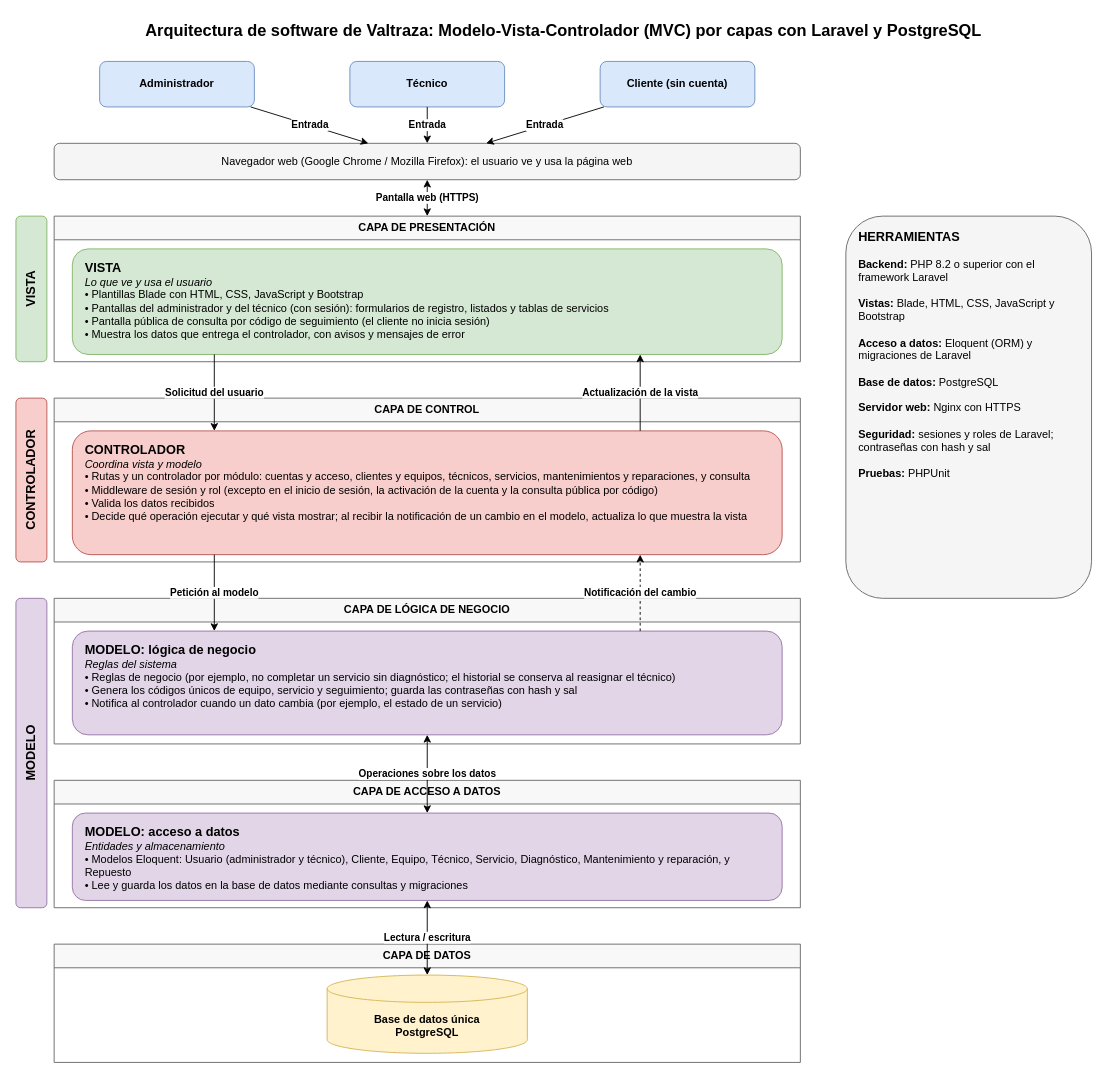
meneses1111/Valtraza-Valletech keeps this draw.io diagram as documentacion/diseno/TALLER 2 ARQUITECTURA DE SOFTWARE/02_Arquitectura_de_Software_MVC_logica.drawio. Above is the earlier version. Source tidied: cells renumbered, new cells numbered last; positions are measured from the earlier drawing's top-left corner, leaving out a move shared by most shapes. Both pictures are drawn from the tidied source at 91%, with x=0, y=0 at pixel (15, 15).
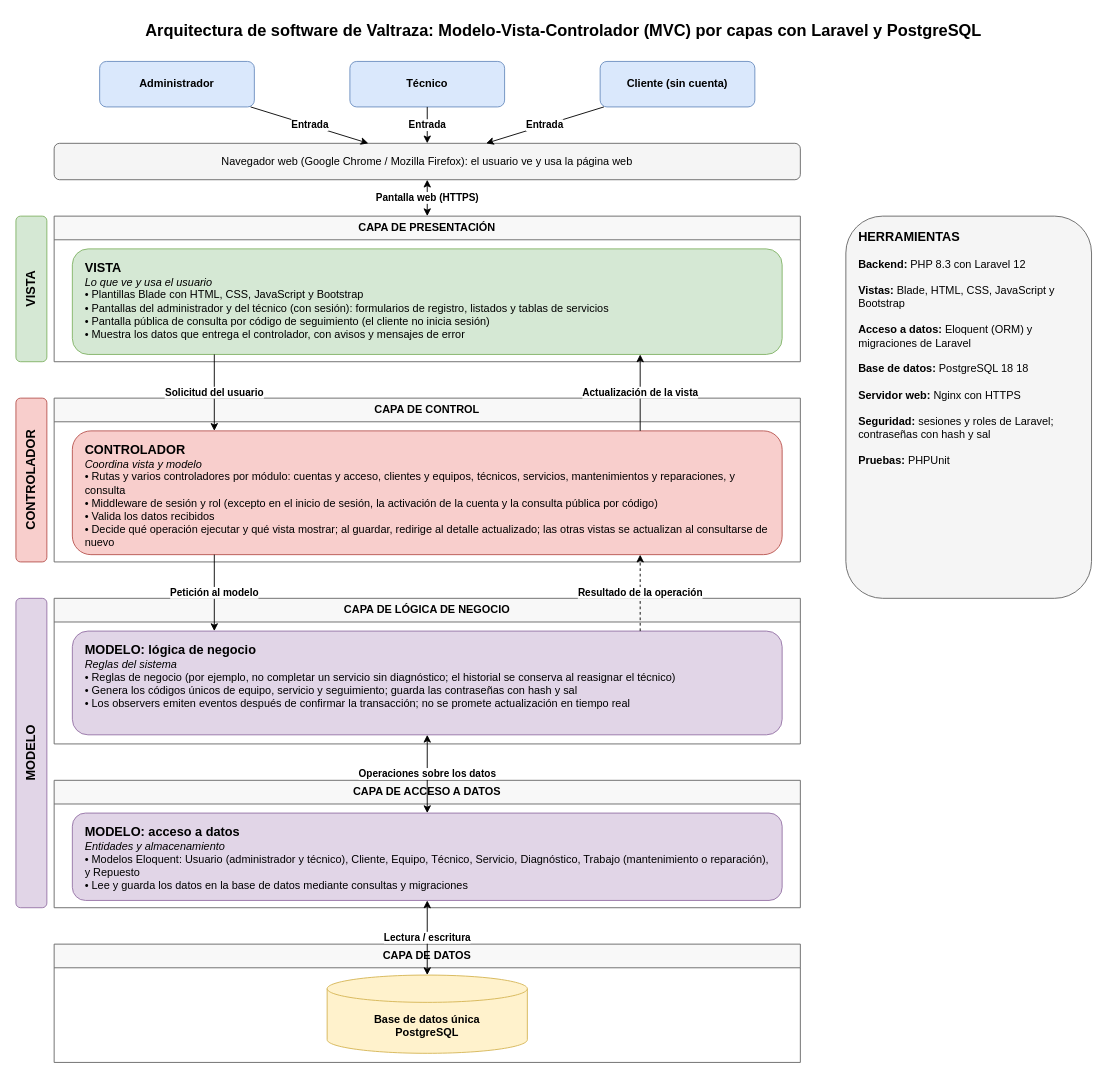
The same diagram, later.

Commit message (it also covers changes not shown here):
Ajusto los diagramas de diseño a la implementación

Change to the diagram source:
```diff
@@
-    <mxCell id="16" value="&lt;b style=&quot;font-size:14px&quot;&gt;CONTROLADOR&lt;/b&gt;&lt;br&gt;&lt;i&gt;Coordina vista y modelo&lt;/i&gt;&lt;br&gt;• Rutas y un controlador por módulo: cuentas y acceso, clientes y equipos, técnicos, servicios, mantenimientos y reparaciones, y consulta&lt;br&gt;• Middleware de sesión y rol (excepto en el inicio de sesión, la activación de la cuenta y la consulta pública por código)&lt;br&gt;• Valida los datos recibidos&lt;br&gt;• Decide qué operación ejecutar y qué vista mostrar; al recibir la notificación de un cambio en el modelo, actualiza lo que muestra la vista" style="rounded=1;whiteSpace=wrap;html=1;align=left;verticalAlign=top;spacingLeft=12;spacingTop=6;spacingRight=8;fontSize=12;fillColor=#f8cecc;strokeColor=#b85450;" parent="1" vertex="1">
+    <mxCell id="16" value="&lt;b style=&quot;font-size:14px&quot;&gt;CONTROLADOR&lt;/b&gt;&lt;br&gt;&lt;i&gt;Coordina vista y modelo&lt;/i&gt;&lt;br&gt;• Rutas y varios controladores por módulo: cuentas y acceso, clientes y equipos, técnicos, servicios, mantenimientos y reparaciones, y consulta&lt;br&gt;• Middleware de sesión y rol (excepto en el inicio de sesión, la activación de la cuenta y la consulta pública por código)&lt;br&gt;• Valida los datos recibidos&lt;br&gt;• Decide qué operación ejecutar y qué vista mostrar; al guardar, redirige al detalle actualizado; las otras vistas se actualizan al consultarse de nuevo" style="rounded=1;whiteSpace=wrap;html=1;align=left;verticalAlign=top;spacingLeft=12;spacingTop=6;spacingRight=8;fontSize=12;fillColor=#f8cecc;strokeColor=#b85450;" parent="1" vertex="1">
       <mxGeometry x="62" y="456" width="780" height="136" as="geometry" />
     </mxCell>
-    <mxCell id="17" value="&lt;b style=&quot;font-size:14px&quot;&gt;MODELO: lógica de negocio&lt;/b&gt;&lt;br&gt;&lt;i&gt;Reglas del sistema&lt;/i&gt;&lt;br&gt;• Reglas de negocio (por ejemplo, no completar un servicio sin diagnóstico; el historial se conserva al reasignar el técnico)&lt;br&gt;• Genera los códigos únicos de equipo, servicio y seguimiento; guarda las contraseñas con hash y sal&lt;br&gt;• Notifica al controlador cuando un dato cambia (por ejemplo, el estado de un servicio)" style="rounded=1;whiteSpace=wrap;html=1;align=left;verticalAlign=top;spacingLeft=12;spacingTop=6;spacingRight=8;fontSize=12;fillColor=#e1d5e7;strokeColor=#9673a6;" parent="1" vertex="1">
+    <mxCell id="17" value="&lt;b style=&quot;font-size:14px&quot;&gt;MODELO: lógica de negocio&lt;/b&gt;&lt;br&gt;&lt;i&gt;Reglas del sistema&lt;/i&gt;&lt;br&gt;• Reglas de negocio (por ejemplo, no completar un servicio sin diagnóstico; el historial se conserva al reasignar el técnico)&lt;br&gt;• Genera los códigos únicos de equipo, servicio y seguimiento; guarda las contraseñas con hash y sal&lt;br&gt;• Los observers emiten eventos después de confirmar la transacción; no se promete actualización en tiempo real" style="rounded=1;whiteSpace=wrap;html=1;align=left;verticalAlign=top;spacingLeft=12;spacingTop=6;spacingRight=8;fontSize=12;fillColor=#e1d5e7;strokeColor=#9673a6;" parent="1" vertex="1">
       <mxGeometry x="62" y="676" width="780" height="114" as="geometry" />
     </mxCell>
-    <mxCell id="18" value="&lt;b style=&quot;font-size:14px&quot;&gt;MODELO: acceso a datos&lt;/b&gt;&lt;br&gt;&lt;i&gt;Entidades y almacenamiento&lt;/i&gt;&lt;br&gt;• Modelos Eloquent: Usuario (administrador y técnico), Cliente, Equipo, Técnico, Servicio, Diagnóstico, Mantenimiento y reparación, y Repuesto&lt;br&gt;• Lee y guarda los datos en la base de datos mediante consultas y migraciones" style="rounded=1;whiteSpace=wrap;html=1;align=left;verticalAlign=top;spacingLeft=12;spacingTop=6;spacingRight=8;fontSize=12;fillColor=#e1d5e7;strokeColor=#9673a6;" parent="1" vertex="1">
+    <mxCell id="18" value="&lt;b style=&quot;font-size:14px&quot;&gt;MODELO: acceso a datos&lt;/b&gt;&lt;br&gt;&lt;i&gt;Entidades y almacenamiento&lt;/i&gt;&lt;br&gt;• Modelos Eloquent: Usuario (administrador y técnico), Cliente, Equipo, Técnico, Servicio, Diagnóstico, Trabajo (mantenimiento o reparación), y Repuesto&lt;br&gt;• Lee y guarda los datos en la base de datos mediante consultas y migraciones" style="rounded=1;whiteSpace=wrap;html=1;align=left;verticalAlign=top;spacingLeft=12;spacingTop=6;spacingRight=8;fontSize=12;fillColor=#e1d5e7;strokeColor=#9673a6;" parent="1" vertex="1">
       <mxGeometry x="62" y="876" width="780" height="96" as="geometry" />
     </mxCell>
@@
-    <mxCell id="20" value="&lt;b style=&quot;font-size:14px&quot;&gt;HERRAMIENTAS&lt;/b&gt;&lt;br&gt;&lt;br&gt;&lt;b&gt;Backend:&lt;/b&gt; PHP 8.2 o superior con el framework Laravel&lt;br&gt;&lt;br&gt;&lt;b&gt;Vistas:&lt;/b&gt; Blade, HTML, CSS, JavaScript y Bootstrap&lt;br&gt;&lt;br&gt;&lt;b&gt;Acceso a datos:&lt;/b&gt; Eloquent (ORM) y migraciones de Laravel&lt;br&gt;&lt;br&gt;&lt;b&gt;Base de datos:&lt;/b&gt; PostgreSQL&lt;br&gt;&lt;br&gt;&lt;b&gt;Servidor web:&lt;/b&gt; Nginx con HTTPS&lt;br&gt;&lt;br&gt;&lt;b&gt;Seguridad:&lt;/b&gt; sesiones y roles de Laravel; contraseñas con hash y sal&lt;br&gt;&lt;br&gt;&lt;b&gt;Pruebas:&lt;/b&gt; PHPUnit" style="rounded=1;whiteSpace=wrap;html=1;align=left;verticalAlign=top;spacingLeft=12;spacingTop=8;spacingRight=8;fontSize=12;fillColor=#f5f5f5;strokeColor=#666666;" parent="1" vertex="1">
+    <mxCell id="20" value="&lt;b style=&quot;font-size:14px&quot;&gt;HERRAMIENTAS&lt;/b&gt;&lt;br&gt;&lt;br&gt;&lt;b&gt;Backend:&lt;/b&gt; PHP 8.3 con Laravel 12&lt;br&gt;&lt;br&gt;&lt;b&gt;Vistas:&lt;/b&gt; Blade, HTML, CSS, JavaScript y Bootstrap&lt;br&gt;&lt;br&gt;&lt;b&gt;Acceso a datos:&lt;/b&gt; Eloquent (ORM) y migraciones de Laravel&lt;br&gt;&lt;br&gt;&lt;b&gt;Base de datos:&lt;/b&gt; PostgreSQL 18 18&lt;br&gt;&lt;br&gt;&lt;b&gt;Servidor web:&lt;/b&gt; Nginx con HTTPS&lt;br&gt;&lt;br&gt;&lt;b&gt;Seguridad:&lt;/b&gt; sesiones y roles de Laravel; contraseñas con hash y sal&lt;br&gt;&lt;br&gt;&lt;b&gt;Pruebas:&lt;/b&gt; PHPUnit" style="rounded=1;whiteSpace=wrap;html=1;align=left;verticalAlign=top;spacingLeft=12;spacingTop=8;spacingRight=8;fontSize=12;fillColor=#f5f5f5;strokeColor=#666666;" parent="1" vertex="1">
       <mxGeometry x="912" y="220" width="270" height="420" as="geometry" />
     </mxCell>
@@
-    <mxCell id="28" value="Notificación del cambio" style="endArrow=classic;html=1;fontStyle=1;dashed=1;exitX=0.8;exitY=0;exitDx=0;exitDy=0;entryX=0.8;entryY=1;entryDx=0;entryDy=0;" parent="1" edge="1" source="17" target="16">
+    <mxCell id="28" value="Resultado de la operación" style="endArrow=classic;html=1;fontStyle=1;dashed=1;exitX=0.8;exitY=0;exitDx=0;exitDy=0;entryX=0.8;entryY=1;entryDx=0;entryDy=0;" parent="1" edge="1" source="17" target="16">
       <mxGeometry relative="1" as="geometry" />
     </mxCell>
```
